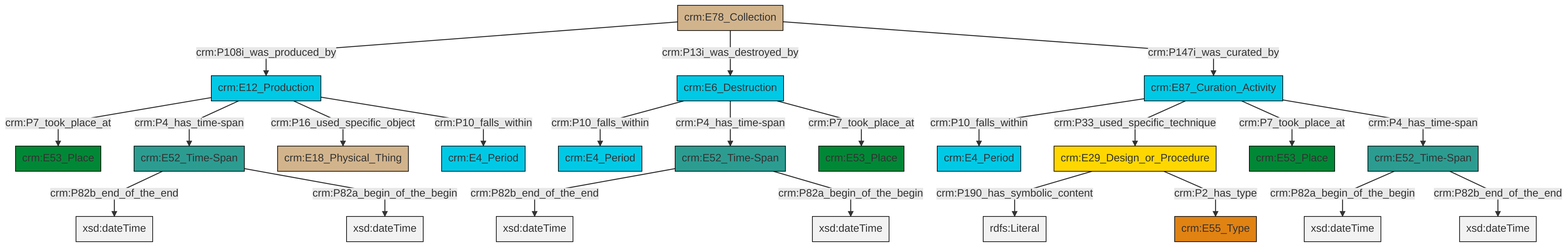
Earlier version of the Mermaid export et/archivalCSV/ttl/mmd/png/archival_existence.png (swiss-art-research-net/docs.swissartresearch). Its source is kept beside it as et/archivalCSV/ttl/mmd/archival_existence.ttl.mmd.
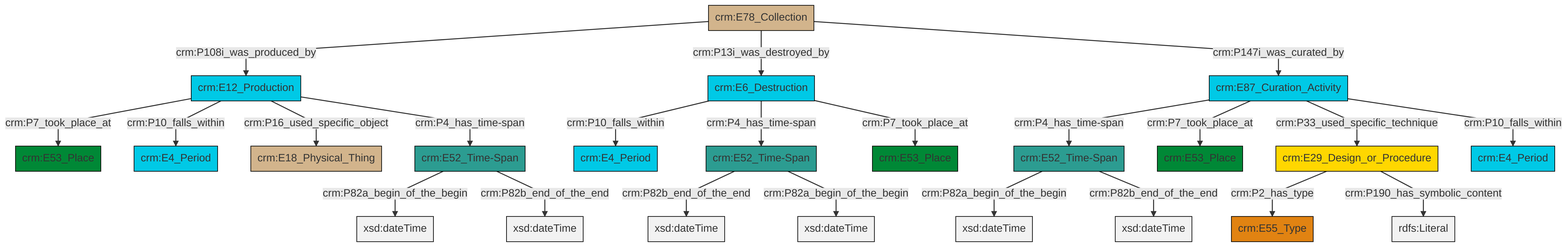
After the change.

The edit, as a diff of the source:
```diff
@@ -13,25 +13,25 @@
 classDef PC_Classes fill:#4ce600, stroke:#000000;
 classDef Multi fill:#cccccc,stroke:#000000;
 
-4["crm:E87_Curation_Activity"]:::Temporal_Entity -->|crm:P10_falls_within| 0["crm:E4_Period"]:::Temporal_Entity
-7["crm:E52_Time-Span"]:::Time-Span -->|crm:P82b_end_of_the_end| 8[xsd:dateTime]:::Literal
-9["crm:E6_Destruction"]:::Temporal_Entity -->|crm:P10_falls_within| 10["crm:E4_Period"]:::Temporal_Entity
-11["crm:E12_Production"]:::Temporal_Entity -->|crm:P7_took_place_at| 12["crm:E53_Place"]:::Place
-13["crm:E52_Time-Span"]:::Time-Span -->|crm:P82b_end_of_the_end| 14[xsd:dateTime]:::Literal
-5["crm:E78_Collection"]:::Physical_Thing -->|crm:P108i_was_produced_by| 11["crm:E12_Production"]:::Temporal_Entity
-4["crm:E87_Curation_Activity"]:::Temporal_Entity -->|crm:P33_used_specific_technique| 16["crm:E29_Design_or_Procedure"]:::Conceptual_Object
-7["crm:E52_Time-Span"]:::Time-Span -->|crm:P82a_begin_of_the_begin| 18[xsd:dateTime]:::Literal
-16["crm:E29_Design_or_Procedure"]:::Conceptual_Object -->|crm:P190_has_symbolic_content| 21[rdfs:Literal]:::Literal
-5["crm:E78_Collection"]:::Physical_Thing -->|crm:P13i_was_destroyed_by| 9["crm:E6_Destruction"]:::Temporal_Entity
-4["crm:E87_Curation_Activity"]:::Temporal_Entity -->|crm:P7_took_place_at| 25["crm:E53_Place"]:::Place
-9["crm:E6_Destruction"]:::Temporal_Entity -->|crm:P4_has_time-span| 13["crm:E52_Time-Span"]:::Time-Span
-5["crm:E78_Collection"]:::Physical_Thing -->|crm:P147i_was_curated_by| 4["crm:E87_Curation_Activity"]:::Temporal_Entity
-11["crm:E12_Production"]:::Temporal_Entity -->|crm:P4_has_time-span| 7["crm:E52_Time-Span"]:::Time-Span
-11["crm:E12_Production"]:::Temporal_Entity -->|crm:P16_used_specific_object| 22["crm:E18_Physical_Thing"]:::Physical_Thing
-9["crm:E6_Destruction"]:::Temporal_Entity -->|crm:P7_took_place_at| 27["crm:E53_Place"]:::Place
-2["crm:E52_Time-Span"]:::Time-Span -->|crm:P82a_begin_of_the_begin| 30[xsd:dateTime]:::Literal
-13["crm:E52_Time-Span"]:::Time-Span -->|crm:P82a_begin_of_the_begin| 32[xsd:dateTime]:::Literal
-4["crm:E87_Curation_Activity"]:::Temporal_Entity -->|crm:P4_has_time-span| 2["crm:E52_Time-Span"]:::Time-Span
-16["crm:E29_Design_or_Procedure"]:::Conceptual_Object -->|crm:P2_has_type| 28["crm:E55_Type"]:::Type
-2["crm:E52_Time-Span"]:::Time-Span -->|crm:P82b_end_of_the_end| 35[xsd:dateTime]:::Literal
-11["crm:E12_Production"]:::Temporal_Entity -->|crm:P10_falls_within| 19["crm:E4_Period"]:::Temporal_Entity
+0["crm:E52_Time-Span"]:::Time-Span -->|crm:P82b_end_of_the_end| 1[xsd:dateTime]:::Literal
+2["crm:E12_Production"]:::Temporal_Entity -->|crm:P7_took_place_at| 3["crm:E53_Place"]:::Place
+0["crm:E52_Time-Span"]:::Time-Span -->|crm:P82a_begin_of_the_begin| 6[xsd:dateTime]:::Literal
+7["crm:E87_Curation_Activity"]:::Temporal_Entity -->|crm:P4_has_time-span| 8["crm:E52_Time-Span"]:::Time-Span
+9["crm:E29_Design_or_Procedure"]:::Conceptual_Object -->|crm:P2_has_type| 11["crm:E55_Type"]:::Type
+14["crm:E78_Collection"]:::Physical_Thing -->|crm:P108i_was_produced_by| 2["crm:E12_Production"]:::Temporal_Entity
+14["crm:E78_Collection"]:::Physical_Thing -->|crm:P13i_was_destroyed_by| 16["crm:E6_Destruction"]:::Temporal_Entity
+8["crm:E52_Time-Span"]:::Time-Span -->|crm:P82a_begin_of_the_begin| 19[xsd:dateTime]:::Literal
+7["crm:E87_Curation_Activity"]:::Temporal_Entity -->|crm:P7_took_place_at| 17["crm:E53_Place"]:::Place
+22["crm:E52_Time-Span"]:::Time-Span -->|crm:P82a_begin_of_the_begin| 23[xsd:dateTime]:::Literal
+22["crm:E52_Time-Span"]:::Time-Span -->|crm:P82b_end_of_the_end| 25[xsd:dateTime]:::Literal
+8["crm:E52_Time-Span"]:::Time-Span -->|crm:P82b_end_of_the_end| 28[xsd:dateTime]:::Literal
+7["crm:E87_Curation_Activity"]:::Temporal_Entity -->|crm:P33_used_specific_technique| 9["crm:E29_Design_or_Procedure"]:::Conceptual_Object
+16["crm:E6_Destruction"]:::Temporal_Entity -->|crm:P10_falls_within| 29["crm:E4_Period"]:::Temporal_Entity
+9["crm:E29_Design_or_Procedure"]:::Conceptual_Object -->|crm:P190_has_symbolic_content| 30[rdfs:Literal]:::Literal
+7["crm:E87_Curation_Activity"]:::Temporal_Entity -->|crm:P10_falls_within| 12["crm:E4_Period"]:::Temporal_Entity
+2["crm:E12_Production"]:::Temporal_Entity -->|crm:P10_falls_within| 31["crm:E4_Period"]:::Temporal_Entity
+2["crm:E12_Production"]:::Temporal_Entity -->|crm:P16_used_specific_object| 20["crm:E18_Physical_Thing"]:::Physical_Thing
+14["crm:E78_Collection"]:::Physical_Thing -->|crm:P147i_was_curated_by| 7["crm:E87_Curation_Activity"]:::Temporal_Entity
+16["crm:E6_Destruction"]:::Temporal_Entity -->|crm:P4_has_time-span| 0["crm:E52_Time-Span"]:::Time-Span
+2["crm:E12_Production"]:::Temporal_Entity -->|crm:P4_has_time-span| 22["crm:E52_Time-Span"]:::Time-Span
+16["crm:E6_Destruction"]:::Temporal_Entity -->|crm:P7_took_place_at| 4["crm:E53_Place"]:::Place
```
